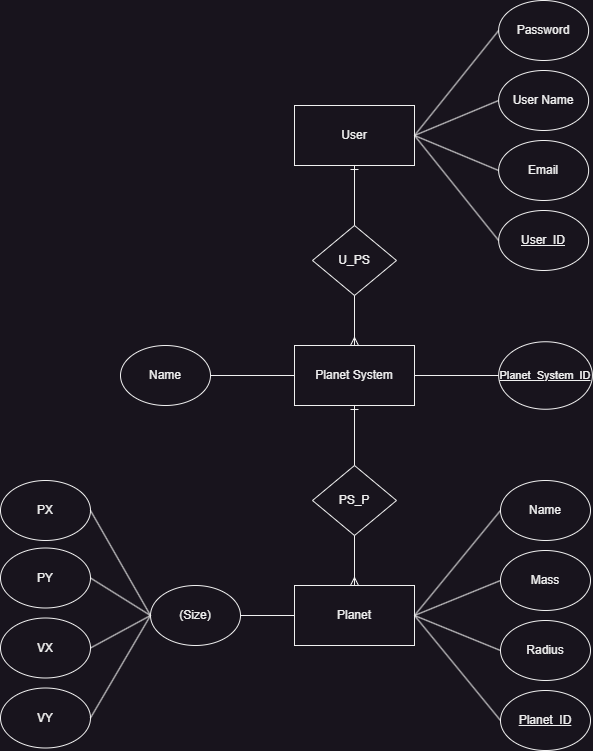
Earlier version of the draw.io export docs/Database ER diagram.drawio.png (bbalage/evoPlanet). Source tidied: cells renumbered, new cells last; positions are measured from the earlier drawing's top-left corner, leaving out a move shared by most shapes. Source of this version:
```xml
<mxGraphModel>
  <root>
    <mxCell id="0" />
    <mxCell id="1" parent="0" />
    <mxCell id="2" value="User" style="rounded=0;whiteSpace=wrap;html=1;" parent="1" vertex="1">
      <mxGeometry x="294" y="105" width="120" height="60" as="geometry" />
    </mxCell>
    <mxCell id="3" value="Planet System" style="rounded=0;whiteSpace=wrap;html=1;" parent="1" vertex="1">
      <mxGeometry x="294" y="345" width="120" height="60" as="geometry" />
    </mxCell>
    <mxCell id="4" value="Planet" style="rounded=0;whiteSpace=wrap;html=1;" parent="1" vertex="1">
      <mxGeometry x="294" y="585" width="120" height="60" as="geometry" />
    </mxCell>
    <mxCell id="5" value="Password" style="ellipse;whiteSpace=wrap;html=1;" parent="1" vertex="1">
      <mxGeometry x="498.1" width="90" height="60" as="geometry" />
    </mxCell>
    <mxCell id="6" value="User Name" style="ellipse;whiteSpace=wrap;html=1;" parent="1" vertex="1">
      <mxGeometry x="498.1" y="70" width="90" height="60" as="geometry" />
    </mxCell>
    <mxCell id="7" value="Email" style="ellipse;whiteSpace=wrap;html=1;" parent="1" vertex="1">
      <mxGeometry x="498.1" y="140" width="90" height="60" as="geometry" />
    </mxCell>
    <mxCell id="8" style="endArrow=none;html=1;rounded=0;entryX=1;entryY=0.5;entryDx=0;entryDy=0;exitX=0;exitY=0.5;exitDx=0;exitDy=0;" parent="1" edge="1" source="5" target="2">
      <mxGeometry relative="1" as="geometry" />
    </mxCell>
    <mxCell id="9" style="endArrow=none;html=1;rounded=0;entryX=1;entryY=0.5;entryDx=0;entryDy=0;exitX=0;exitY=0.5;exitDx=0;exitDy=0;" parent="1" edge="1" source="6" target="2">
      <mxGeometry relative="1" as="geometry" />
    </mxCell>
    <mxCell id="10" style="endArrow=none;html=1;rounded=0;entryX=1;entryY=0.5;entryDx=0;entryDy=0;exitX=0;exitY=0.5;exitDx=0;exitDy=0;" parent="1" edge="1" source="7" target="2">
      <mxGeometry relative="1" as="geometry" />
    </mxCell>
    <mxCell id="11" value="Name" style="ellipse;whiteSpace=wrap;html=1;" parent="1" vertex="1">
      <mxGeometry x="500" y="480" width="90" height="60" as="geometry" />
    </mxCell>
    <mxCell id="12" value="Mass" style="ellipse;whiteSpace=wrap;html=1;" parent="1" vertex="1">
      <mxGeometry x="500" y="550" width="90" height="60" as="geometry" />
    </mxCell>
    <mxCell id="13" value="Radius" style="ellipse;whiteSpace=wrap;html=1;" parent="1" vertex="1">
      <mxGeometry x="500" y="620" width="90" height="60" as="geometry" />
    </mxCell>
    <mxCell id="14" value="(Size)" style="ellipse;whiteSpace=wrap;html=1;" parent="1" vertex="1">
      <mxGeometry x="150" y="585" width="90" height="60" as="geometry" />
    </mxCell>
    <mxCell id="15" value="VX" style="ellipse;whiteSpace=wrap;html=1;" parent="1" vertex="1">
      <mxGeometry y="617.5" width="90" height="60" as="geometry" />
    </mxCell>
    <mxCell id="16" value="PY" style="ellipse;whiteSpace=wrap;html=1;" parent="1" vertex="1">
      <mxGeometry y="547.5" width="90" height="60" as="geometry" />
    </mxCell>
    <mxCell id="17" value="PX" style="ellipse;whiteSpace=wrap;html=1;" parent="1" vertex="1">
      <mxGeometry y="480" width="90" height="60" as="geometry" />
    </mxCell>
    <mxCell id="18" value="VY" style="ellipse;whiteSpace=wrap;html=1;" parent="1" vertex="1">
      <mxGeometry y="687.5" width="90" height="60" as="geometry" />
    </mxCell>
    <mxCell id="19" style="endArrow=none;html=1;rounded=0;exitX=0;exitY=0.5;exitDx=0;exitDy=0;entryX=1;entryY=0.5;entryDx=0;entryDy=0;" parent="1" edge="1" source="14" target="16">
      <mxGeometry relative="1" as="geometry" />
    </mxCell>
    <mxCell id="20" style="endArrow=none;html=1;rounded=0;entryX=1;entryY=0.5;entryDx=0;entryDy=0;exitX=0;exitY=0.5;exitDx=0;exitDy=0;" parent="1" edge="1" source="14" target="17">
      <mxGeometry relative="1" as="geometry" />
    </mxCell>
    <mxCell id="21" style="endArrow=none;html=1;rounded=0;exitX=1;exitY=0.5;exitDx=0;exitDy=0;entryX=0;entryY=0.5;entryDx=0;entryDy=0;" parent="1" edge="1" source="15" target="14">
      <mxGeometry relative="1" as="geometry" />
    </mxCell>
    <mxCell id="22" style="endArrow=none;html=1;rounded=0;exitX=1;exitY=0.5;exitDx=0;exitDy=0;entryX=0;entryY=0.5;entryDx=0;entryDy=0;" parent="1" edge="1" source="18" target="14">
      <mxGeometry relative="1" as="geometry" />
    </mxCell>
    <mxCell id="23" style="endArrow=none;html=1;rounded=0;entryX=0;entryY=0.5;entryDx=0;entryDy=0;exitX=1;exitY=0.5;exitDx=0;exitDy=0;" parent="1" edge="1" source="4" target="11">
      <mxGeometry relative="1" as="geometry" />
    </mxCell>
    <mxCell id="24" style="endArrow=none;html=1;rounded=0;entryX=0;entryY=0.5;entryDx=0;entryDy=0;exitX=1;exitY=0.5;exitDx=0;exitDy=0;" parent="1" edge="1" source="4" target="12">
      <mxGeometry relative="1" as="geometry" />
    </mxCell>
    <mxCell id="25" style="endArrow=none;html=1;rounded=0;entryX=0;entryY=0.5;entryDx=0;entryDy=0;exitX=1;exitY=0.5;exitDx=0;exitDy=0;" parent="1" edge="1" source="4" target="13">
      <mxGeometry relative="1" as="geometry" />
    </mxCell>
    <mxCell id="26" style="endArrow=none;html=1;rounded=0;entryX=0;entryY=0.5;entryDx=0;entryDy=0;exitX=1;exitY=0.5;exitDx=0;exitDy=0;" parent="1" edge="1" source="14" target="4">
      <mxGeometry relative="1" as="geometry" />
    </mxCell>
    <mxCell id="27" value="&lt;u&gt;Planet_ID&lt;/u&gt;" style="ellipse;whiteSpace=wrap;html=1;" parent="1" vertex="1">
      <mxGeometry x="500" y="690" width="90" height="60" as="geometry" />
    </mxCell>
    <mxCell id="28" style="endArrow=none;html=1;rounded=0;entryX=0;entryY=0.5;entryDx=0;entryDy=0;exitX=1;exitY=0.5;exitDx=0;exitDy=0;" parent="1" edge="1" source="4" target="27">
      <mxGeometry relative="1" as="geometry" />
    </mxCell>
    <mxCell id="29" value="U_PS" style="rhombus;whiteSpace=wrap;html=1;" parent="1" vertex="1">
      <mxGeometry x="312" y="225" width="84" height="70" as="geometry" />
    </mxCell>
    <mxCell id="30" value="PS_P" style="rhombus;whiteSpace=wrap;html=1;" parent="1" vertex="1">
      <mxGeometry x="312" y="465" width="84" height="70" as="geometry" />
    </mxCell>
    <mxCell id="31" style="fontSize=12;html=1;endArrow=ERone;endFill=1;rounded=0;entryX=0.5;entryY=1;entryDx=0;entryDy=0;exitX=0.5;exitY=0;exitDx=0;exitDy=0;" parent="1" edge="1" source="29" target="2">
      <mxGeometry relative="1" as="geometry" />
    </mxCell>
    <mxCell id="32" style="fontSize=12;html=1;endArrow=ERmany;rounded=0;entryX=0.5;entryY=0;entryDx=0;entryDy=0;exitX=0.5;exitY=1;exitDx=0;exitDy=0;" parent="1" edge="1" source="29" target="3">
      <mxGeometry relative="1" as="geometry" />
    </mxCell>
    <mxCell id="33" style="fontSize=12;html=1;endArrow=ERmany;rounded=0;entryX=0.5;entryY=0;entryDx=0;entryDy=0;exitX=0.5;exitY=1;exitDx=0;exitDy=0;" parent="1" edge="1" source="30" target="4">
      <mxGeometry relative="1" as="geometry" />
    </mxCell>
    <mxCell id="34" style="fontSize=12;html=1;endArrow=ERone;endFill=1;rounded=0;entryX=0.5;entryY=1;entryDx=0;entryDy=0;exitX=0.5;exitY=0;exitDx=0;exitDy=0;" parent="1" edge="1" source="30" target="3">
      <mxGeometry relative="1" as="geometry" />
    </mxCell>
    <mxCell id="35" value="&lt;u&gt;&lt;font style=&quot;font-size: 11px;&quot;&gt;Planet_System_ID&lt;/font&gt;&lt;/u&gt;" style="ellipse;whiteSpace=wrap;html=1;" parent="1" vertex="1">
      <mxGeometry x="498.1" y="341.2" width="93.8" height="67.5" as="geometry" />
    </mxCell>
    <mxCell id="36" style="endArrow=none;html=1;rounded=0;entryX=0;entryY=0.5;entryDx=0;entryDy=0;exitX=1;exitY=0.5;exitDx=0;exitDy=0;" parent="1" edge="1" source="3" target="35">
      <mxGeometry relative="1" as="geometry" />
    </mxCell>
    <mxCell id="37" value="&lt;u&gt;User_ID&lt;/u&gt;" style="ellipse;whiteSpace=wrap;html=1;" parent="1" vertex="1">
      <mxGeometry x="498.1" y="210" width="90" height="60" as="geometry" />
    </mxCell>
    <mxCell id="38" style="endArrow=none;html=1;rounded=0;entryX=0;entryY=0.5;entryDx=0;entryDy=0;exitX=1;exitY=0.5;exitDx=0;exitDy=0;" parent="1" edge="1" source="2" target="37">
      <mxGeometry relative="1" as="geometry" />
    </mxCell>
    <mxCell id="39" value="Name" style="ellipse;whiteSpace=wrap;html=1;" parent="1" vertex="1">
      <mxGeometry x="120" y="345" width="90" height="60" as="geometry" />
    </mxCell>
    <mxCell id="40" style="endArrow=none;html=1;rounded=0;entryX=1;entryY=0.5;entryDx=0;entryDy=0;exitX=0;exitY=0.5;exitDx=0;exitDy=0;" parent="1" edge="1" source="3" target="39">
      <mxGeometry relative="1" as="geometry" />
    </mxCell>
  </root>
</mxGraphModel>
```
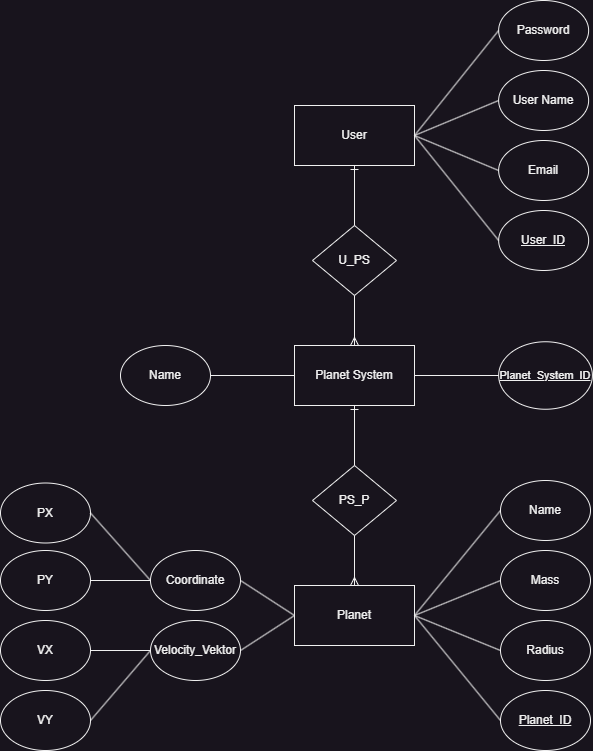
After the change.

Commit message:
Updated ER diagram about Database

What changed in the source:
```diff
@@ -38,20 +38,20 @@
     <mxCell id="13" value="Radius" style="ellipse;whiteSpace=wrap;html=1;" parent="1" vertex="1">
       <mxGeometry x="500" y="620" width="90" height="60" as="geometry" />
     </mxCell>
-    <mxCell id="14" value="(Size)" style="ellipse;whiteSpace=wrap;html=1;" parent="1" vertex="1">
-      <mxGeometry x="150" y="585" width="90" height="60" as="geometry" />
+    <mxCell id="14" value="Coordinate" style="ellipse;whiteSpace=wrap;html=1;" parent="1" vertex="1">
+      <mxGeometry x="150" y="550" width="90" height="60" as="geometry" />
     </mxCell>
     <mxCell id="15" value="VX" style="ellipse;whiteSpace=wrap;html=1;" parent="1" vertex="1">
-      <mxGeometry y="617.5" width="90" height="60" as="geometry" />
+      <mxGeometry y="620" width="90" height="60" as="geometry" />
     </mxCell>
     <mxCell id="16" value="PY" style="ellipse;whiteSpace=wrap;html=1;" parent="1" vertex="1">
-      <mxGeometry y="547.5" width="90" height="60" as="geometry" />
+      <mxGeometry y="550" width="90" height="60" as="geometry" />
     </mxCell>
     <mxCell id="17" value="PX" style="ellipse;whiteSpace=wrap;html=1;" parent="1" vertex="1">
-      <mxGeometry y="480" width="90" height="60" as="geometry" />
+      <mxGeometry y="482.5" width="90" height="60" as="geometry" />
     </mxCell>
     <mxCell id="18" value="VY" style="ellipse;whiteSpace=wrap;html=1;" parent="1" vertex="1">
-      <mxGeometry y="687.5" width="90" height="60" as="geometry" />
+      <mxGeometry y="690" width="90" height="60" as="geometry" />
     </mxCell>
     <mxCell id="19" style="endArrow=none;html=1;rounded=0;exitX=0;exitY=0.5;exitDx=0;exitDy=0;entryX=1;entryY=0.5;entryDx=0;entryDy=0;" parent="1" edge="1" source="14" target="16">
       <mxGeometry relative="1" as="geometry" />
@@ -59,10 +59,10 @@
     <mxCell id="20" style="endArrow=none;html=1;rounded=0;entryX=1;entryY=0.5;entryDx=0;entryDy=0;exitX=0;exitY=0.5;exitDx=0;exitDy=0;" parent="1" edge="1" source="14" target="17">
       <mxGeometry relative="1" as="geometry" />
     </mxCell>
-    <mxCell id="21" style="endArrow=none;html=1;rounded=0;exitX=1;exitY=0.5;exitDx=0;exitDy=0;entryX=0;entryY=0.5;entryDx=0;entryDy=0;" parent="1" edge="1" source="15" target="14">
+    <mxCell id="21" style="endArrow=none;html=1;rounded=0;exitX=1;exitY=0.5;exitDx=0;exitDy=0;entryX=0;entryY=0.5;entryDx=0;entryDy=0;" parent="1" edge="1" source="15" target="41">
       <mxGeometry relative="1" as="geometry" />
     </mxCell>
-    <mxCell id="22" style="endArrow=none;html=1;rounded=0;exitX=1;exitY=0.5;exitDx=0;exitDy=0;entryX=0;entryY=0.5;entryDx=0;entryDy=0;" parent="1" edge="1" source="18" target="14">
+    <mxCell id="22" style="endArrow=none;html=1;rounded=0;exitX=1;exitY=0.5;exitDx=0;exitDy=0;entryX=0;entryY=0.5;entryDx=0;entryDy=0;" parent="1" edge="1" source="18" target="41">
       <mxGeometry relative="1" as="geometry" />
     </mxCell>
     <mxCell id="23" style="endArrow=none;html=1;rounded=0;entryX=0;entryY=0.5;entryDx=0;entryDy=0;exitX=1;exitY=0.5;exitDx=0;exitDy=0;" parent="1" edge="1" source="4" target="11">
@@ -119,5 +119,11 @@
     <mxCell id="40" style="endArrow=none;html=1;rounded=0;entryX=1;entryY=0.5;entryDx=0;entryDy=0;exitX=0;exitY=0.5;exitDx=0;exitDy=0;" parent="1" edge="1" source="3" target="39">
       <mxGeometry relative="1" as="geometry" />
     </mxCell>
+    <mxCell id="41" value="Velocity_Vektor" style="ellipse;whiteSpace=wrap;html=1;" parent="1" vertex="1">
+      <mxGeometry x="150" y="620" width="90" height="60" as="geometry" />
+    </mxCell>
+    <mxCell id="42" style="endArrow=none;html=1;rounded=0;entryX=0;entryY=0.5;entryDx=0;entryDy=0;exitX=1;exitY=0.5;exitDx=0;exitDy=0;" parent="1" edge="1" source="41" target="4">
+      <mxGeometry relative="1" as="geometry" />
+    </mxCell>
   </root>
 </mxGraphModel>
```
